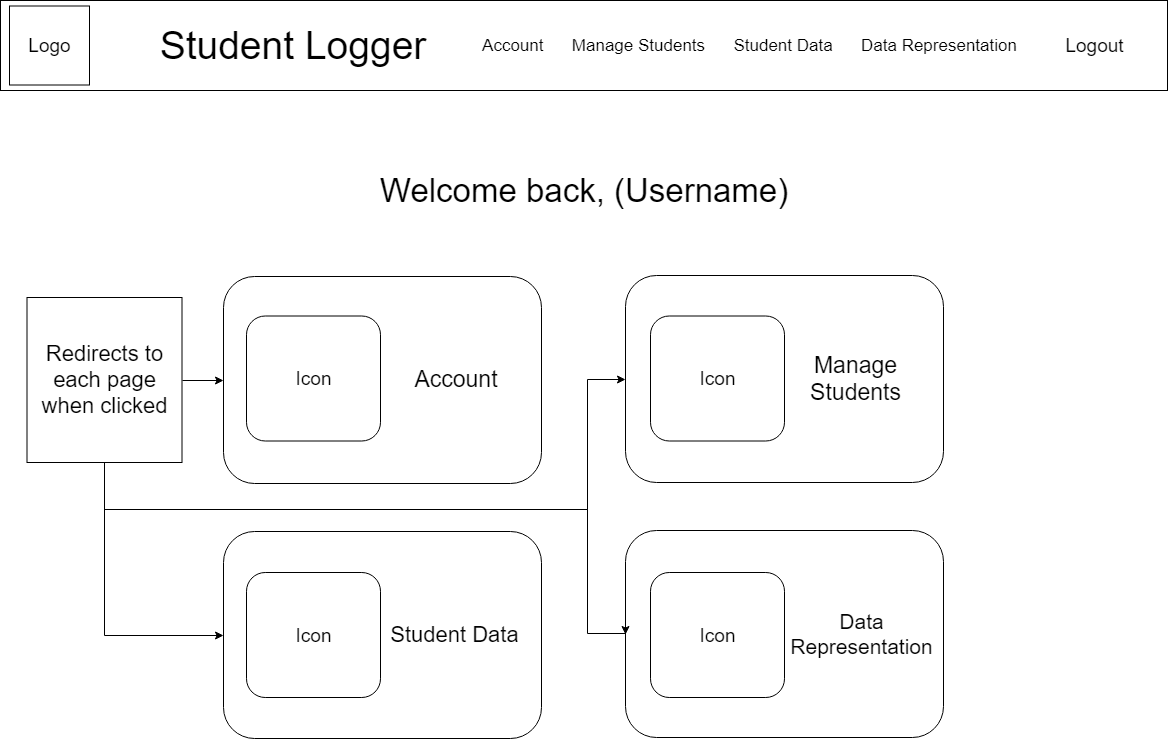
The draw.io diagram diagrams/images/Homepage.png in SheriffEllis/StudentLogger, before a commit. Source tidied: cells renumbered, new cells last; positions are measured from the earlier drawing's top-left corner, leaving out a move shared by most shapes. Source of this version:
```xml
<mxGraphModel>
  <root>
    <mxCell id="0" />
    <mxCell id="1" parent="0" />
    <mxCell id="2" style="rounded=0;whiteSpace=wrap;html=1;" parent="1" vertex="1">
      <mxGeometry width="1167" height="90" as="geometry" />
    </mxCell>
    <mxCell id="3" value="Logo" style="rounded=0;whiteSpace=wrap;html=1;fontSize=19;" parent="1" vertex="1">
      <mxGeometry x="9" y="5.5" width="80" height="79" as="geometry" />
    </mxCell>
    <mxCell id="4" value="Student Logger" style="text;html=1;strokeColor=none;fillColor=none;align=center;verticalAlign=middle;whiteSpace=wrap;rounded=0;fontSize=39;" parent="1" vertex="1">
      <mxGeometry x="136" y="18.5" width="312" height="53" as="geometry" />
    </mxCell>
    <mxCell id="5" value="Account&amp;nbsp; &amp;nbsp; &amp;nbsp; Manage Students&amp;nbsp; &amp;nbsp; &amp;nbsp; Student Data&amp;nbsp; &amp;nbsp; &amp;nbsp; Data Representation" style="text;html=1;strokeColor=none;fillColor=none;align=center;verticalAlign=middle;whiteSpace=wrap;rounded=0;fontSize=17;" parent="1" vertex="1">
      <mxGeometry x="476" y="35" width="547" height="20" as="geometry" />
    </mxCell>
    <mxCell id="6" value="Welcome back, (Username)" style="text;html=1;strokeColor=none;fillColor=none;align=center;verticalAlign=middle;whiteSpace=wrap;rounded=0;fontSize=33;" parent="1" vertex="1">
      <mxGeometry x="362" y="148" width="442" height="83" as="geometry" />
    </mxCell>
    <mxCell id="7" style="rounded=1;whiteSpace=wrap;html=1;fontSize=33;" parent="1" vertex="1">
      <mxGeometry x="223" y="276" width="318" height="207" as="geometry" />
    </mxCell>
    <mxCell id="8" value="Logout" style="text;html=1;strokeColor=none;fillColor=none;align=center;verticalAlign=middle;whiteSpace=wrap;rounded=0;fontSize=19;" parent="1" vertex="1">
      <mxGeometry x="1043" y="32" width="102" height="26" as="geometry" />
    </mxCell>
    <mxCell id="9" value="Icon" style="rounded=1;whiteSpace=wrap;html=1;fontSize=19;" parent="1" vertex="1">
      <mxGeometry x="246" y="315.5" width="134" height="125" as="geometry" />
    </mxCell>
    <mxCell id="10" value="Account" style="text;html=1;strokeColor=none;fillColor=none;align=center;verticalAlign=middle;whiteSpace=wrap;rounded=0;fontSize=23;" parent="1" vertex="1">
      <mxGeometry x="377" y="351.5" width="155" height="53" as="geometry" />
    </mxCell>
    <mxCell id="11" style="rounded=1;whiteSpace=wrap;html=1;fontSize=33;" parent="1" vertex="1">
      <mxGeometry x="625" y="275" width="318" height="207" as="geometry" />
    </mxCell>
    <mxCell id="12" value="Manage Students" style="text;html=1;strokeColor=none;fillColor=none;align=center;verticalAlign=middle;whiteSpace=wrap;rounded=0;fontSize=23;" parent="1" vertex="1">
      <mxGeometry x="778" y="351.5" width="155" height="53" as="geometry" />
    </mxCell>
    <mxCell id="13" style="rounded=1;whiteSpace=wrap;html=1;fontSize=33;" parent="1" vertex="1">
      <mxGeometry x="223" y="531" width="318" height="207" as="geometry" />
    </mxCell>
    <mxCell id="14" value="Student Data" style="text;html=1;strokeColor=none;fillColor=none;align=center;verticalAlign=middle;whiteSpace=wrap;rounded=0;fontSize=22;" parent="1" vertex="1">
      <mxGeometry x="377" y="607.5" width="155" height="53" as="geometry" />
    </mxCell>
    <mxCell id="15" style="rounded=1;whiteSpace=wrap;html=1;fontSize=33;" parent="1" vertex="1">
      <mxGeometry x="625" y="530" width="318" height="207" as="geometry" />
    </mxCell>
    <mxCell id="16" value="Data Representation" style="text;html=1;strokeColor=none;fillColor=none;align=center;verticalAlign=middle;whiteSpace=wrap;rounded=0;fontSize=21;" parent="1" vertex="1">
      <mxGeometry x="784" y="606.5" width="155" height="53" as="geometry" />
    </mxCell>
    <mxCell id="17" value="Icon" style="rounded=1;whiteSpace=wrap;html=1;fontSize=19;" parent="1" vertex="1">
      <mxGeometry x="246" y="572" width="134" height="125" as="geometry" />
    </mxCell>
    <mxCell id="18" value="Icon" style="rounded=1;whiteSpace=wrap;html=1;fontSize=19;" parent="1" vertex="1">
      <mxGeometry x="650" y="315.5" width="134" height="125" as="geometry" />
    </mxCell>
    <mxCell id="19" value="Icon" style="rounded=1;whiteSpace=wrap;html=1;fontSize=19;" parent="1" vertex="1">
      <mxGeometry x="650" y="572" width="134" height="125" as="geometry" />
    </mxCell>
    <mxCell id="20" style="edgeStyle=orthogonalEdgeStyle;rounded=0;jettySize=auto;html=1;exitX=1;exitY=0.5;exitDx=0;exitDy=0;entryX=0;entryY=0.5;entryDx=0;entryDy=0;fontSize=22;" parent="1" edge="1" source="24" target="7">
      <mxGeometry relative="1" as="geometry" />
    </mxCell>
    <mxCell id="21" style="edgeStyle=orthogonalEdgeStyle;rounded=0;jettySize=auto;html=1;exitX=0.5;exitY=1;exitDx=0;exitDy=0;entryX=0;entryY=0.5;entryDx=0;entryDy=0;fontSize=22;" parent="1" edge="1" source="24" target="13">
      <mxGeometry relative="1" as="geometry" />
    </mxCell>
    <mxCell id="22" style="edgeStyle=orthogonalEdgeStyle;rounded=0;jettySize=auto;html=1;exitX=0.5;exitY=1;exitDx=0;exitDy=0;entryX=0;entryY=0.5;entryDx=0;entryDy=0;fontSize=22;" parent="1" edge="1" source="24" target="15">
      <mxGeometry relative="1" as="geometry">
        <Array as="points">
          <mxPoint x="104" y="509" />
          <mxPoint x="587" y="509" />
          <mxPoint x="587" y="633" />
        </Array>
      </mxGeometry>
    </mxCell>
    <mxCell id="23" style="edgeStyle=orthogonalEdgeStyle;rounded=0;jettySize=auto;html=1;exitX=0.5;exitY=1;exitDx=0;exitDy=0;entryX=0;entryY=0.5;entryDx=0;entryDy=0;fontSize=22;" parent="1" edge="1" source="24" target="11">
      <mxGeometry relative="1" as="geometry">
        <Array as="points">
          <mxPoint x="104" y="509" />
          <mxPoint x="587" y="509" />
          <mxPoint x="587" y="379" />
        </Array>
      </mxGeometry>
    </mxCell>
    <mxCell id="24" value="Redirects to each page when clicked" style="rounded=0;whiteSpace=wrap;html=1;fontSize=22;" parent="1" vertex="1">
      <mxGeometry x="26.5" y="297" width="155" height="165" as="geometry" />
    </mxCell>
  </root>
</mxGraphModel>
```
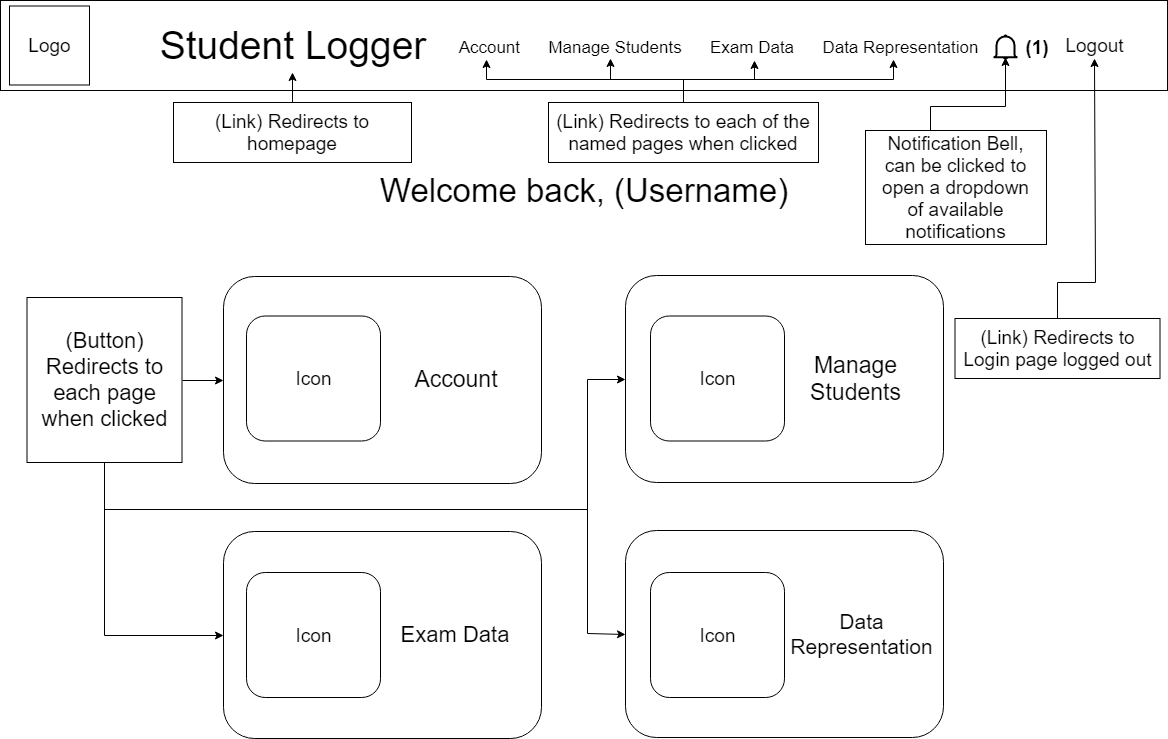
The same diagram one commit later.

The edit, as a diff of the source:
```diff
@@ -11,8 +11,8 @@
     <mxCell id="4" value="Student Logger" style="text;html=1;strokeColor=none;fillColor=none;align=center;verticalAlign=middle;whiteSpace=wrap;rounded=0;fontSize=39;" parent="1" vertex="1">
       <mxGeometry x="136" y="18.5" width="312" height="53" as="geometry" />
     </mxCell>
-    <mxCell id="5" value="Account&amp;nbsp; &amp;nbsp; &amp;nbsp; Manage Students&amp;nbsp; &amp;nbsp; &amp;nbsp; Student Data&amp;nbsp; &amp;nbsp; &amp;nbsp; Data Representation" style="text;html=1;strokeColor=none;fillColor=none;align=center;verticalAlign=middle;whiteSpace=wrap;rounded=0;fontSize=17;" parent="1" vertex="1">
-      <mxGeometry x="476" y="35" width="547" height="20" as="geometry" />
+    <mxCell id="5" value="Account&amp;nbsp; &amp;nbsp; &amp;nbsp; Manage Students&amp;nbsp; &amp;nbsp; &amp;nbsp; Exam Data&amp;nbsp; &amp;nbsp; &amp;nbsp; Data Representation" style="text;html=1;strokeColor=none;fillColor=none;align=center;verticalAlign=middle;whiteSpace=wrap;rounded=0;fontSize=17;" parent="1" vertex="1">
+      <mxGeometry x="443.5" y="36.5" width="547" height="20" as="geometry" />
     </mxCell>
     <mxCell id="6" value="Welcome back, (Username)" style="text;html=1;strokeColor=none;fillColor=none;align=center;verticalAlign=middle;whiteSpace=wrap;rounded=0;fontSize=33;" parent="1" vertex="1">
       <mxGeometry x="362" y="148" width="442" height="83" as="geometry" />
@@ -38,7 +38,7 @@
     <mxCell id="13" style="rounded=1;whiteSpace=wrap;html=1;fontSize=33;" parent="1" vertex="1">
       <mxGeometry x="223" y="531" width="318" height="207" as="geometry" />
     </mxCell>
-    <mxCell id="14" value="Student Data" style="text;html=1;strokeColor=none;fillColor=none;align=center;verticalAlign=middle;whiteSpace=wrap;rounded=0;fontSize=22;" parent="1" vertex="1">
+    <mxCell id="14" value="Exam Data" style="text;html=1;strokeColor=none;fillColor=none;align=center;verticalAlign=middle;whiteSpace=wrap;rounded=0;fontSize=22;" parent="1" vertex="1">
       <mxGeometry x="377" y="607.5" width="155" height="53" as="geometry" />
     </mxCell>
     <mxCell id="15" style="rounded=1;whiteSpace=wrap;html=1;fontSize=33;" parent="1" vertex="1">
@@ -80,8 +80,57 @@
         </Array>
       </mxGeometry>
     </mxCell>
-    <mxCell id="24" value="Redirects to each page when clicked" style="rounded=0;whiteSpace=wrap;html=1;fontSize=22;" parent="1" vertex="1">
+    <mxCell id="24" value="(Button) Redirects to each page when clicked" style="rounded=0;whiteSpace=wrap;html=1;fontSize=22;" parent="1" vertex="1">
       <mxGeometry x="26.5" y="297" width="155" height="165" as="geometry" />
     </mxCell>
+    <mxCell id="25" style="html=1;verticalLabelPosition=bottom;align=center;labelBackgroundColor=#ffffff;verticalAlign=top;strokeWidth=2;strokeColor=#000000;fillColor=#ffffff;shadow=0;dashed=0;shape=mxgraph.ios7.icons.bell;" parent="1" vertex="1">
+      <mxGeometry x="993" y="35" width="24" height="23.1" as="geometry" />
+    </mxCell>
+    <mxCell id="26" style="edgeStyle=orthogonalEdgeStyle;rounded=0;jettySize=auto;html=1;exitX=0.5;exitY=0;exitDx=0;exitDy=0;entryX=0.506;entryY=0.94;entryDx=0;entryDy=0;entryPerimeter=0;fontSize=19;" parent="1" edge="1" source="27" target="25">
+      <mxGeometry relative="1" as="geometry">
+        <Array as="points">
+          <mxPoint x="930" y="106" />
+          <mxPoint x="1005" y="106" />
+        </Array>
+      </mxGeometry>
+    </mxCell>
+    <mxCell id="27" value="Notification Bell, can be clicked to open a dropdown of available notifications" style="rounded=0;whiteSpace=wrap;html=1;strokeColor=#000000;fontSize=19;spacingTop=7;spacingLeft=5;spacingBottom=5;spacingRight=5;" parent="1" vertex="1">
+      <mxGeometry x="865" y="130" width="181" height="114" as="geometry" />
+    </mxCell>
+    <mxCell id="28" value="&lt;font style=&quot;font-size: 19px&quot;&gt;&lt;b&gt;(1)&lt;/b&gt;&lt;/font&gt;" style="text;html=1;strokeColor=none;fillColor=none;align=center;verticalAlign=middle;whiteSpace=wrap;rounded=0;" parent="1" vertex="1">
+      <mxGeometry x="1017" y="36.5" width="40" height="20" as="geometry" />
+    </mxCell>
+    <mxCell id="29" style="edgeStyle=orthogonalEdgeStyle;rounded=0;jettySize=auto;html=1;exitX=0.5;exitY=0;exitDx=0;exitDy=0;entryX=0.078;entryY=1.125;entryDx=0;entryDy=0;entryPerimeter=0;fontSize=19;" parent="1" edge="1" source="33" target="5">
+      <mxGeometry relative="1" as="geometry" />
+    </mxCell>
+    <mxCell id="30" style="edgeStyle=orthogonalEdgeStyle;rounded=0;jettySize=auto;html=1;exitX=0.5;exitY=0;exitDx=0;exitDy=0;entryX=0.304;entryY=1.068;entryDx=0;entryDy=0;entryPerimeter=0;fontSize=19;" parent="1" edge="1" source="33" target="5">
+      <mxGeometry relative="1" as="geometry" />
+    </mxCell>
+    <mxCell id="31" style="edgeStyle=orthogonalEdgeStyle;rounded=0;jettySize=auto;html=1;exitX=0.5;exitY=0;exitDx=0;exitDy=0;entryX=0.567;entryY=1.182;entryDx=0;entryDy=0;entryPerimeter=0;fontSize=19;" parent="1" edge="1" source="33" target="5">
+      <mxGeometry relative="1" as="geometry" />
+    </mxCell>
+    <mxCell id="32" style="edgeStyle=orthogonalEdgeStyle;rounded=0;jettySize=auto;html=1;exitX=0.5;exitY=0;exitDx=0;exitDy=0;entryX=0.822;entryY=1.125;entryDx=0;entryDy=0;entryPerimeter=0;fontSize=19;" parent="1" edge="1" source="33" target="5">
+      <mxGeometry relative="1" as="geometry" />
+    </mxCell>
+    <mxCell id="33" value="(Link) Redirects to each of the named pages when clicked" style="rounded=0;whiteSpace=wrap;html=1;strokeColor=#000000;fontSize=19;spacingLeft=5;spacingRight=5;spacingTop=5;spacingBottom=5;" parent="1" vertex="1">
+      <mxGeometry x="548" y="102" width="270" height="60" as="geometry" />
+    </mxCell>
+    <mxCell id="34" style="edgeStyle=orthogonalEdgeStyle;rounded=0;jettySize=auto;html=1;exitX=0.5;exitY=0;exitDx=0;exitDy=0;entryX=0.5;entryY=1;entryDx=0;entryDy=0;fontSize=19;" parent="1" edge="1" source="35" target="4">
+      <mxGeometry relative="1" as="geometry" />
+    </mxCell>
+    <mxCell id="35" value="(Link) Redirects to homepage" style="rounded=0;whiteSpace=wrap;html=1;strokeColor=#000000;fontSize=19;spacingLeft=5;spacingRight=5;spacingTop=5;spacingBottom=5;" parent="1" vertex="1">
+      <mxGeometry x="173" y="102" width="238" height="60" as="geometry" />
+    </mxCell>
+    <mxCell id="36" style="edgeStyle=orthogonalEdgeStyle;rounded=0;jettySize=auto;html=1;exitX=0.5;exitY=0;exitDx=0;exitDy=0;entryX=0.5;entryY=1;entryDx=0;entryDy=0;fontSize=19;" parent="1" edge="1" source="37" target="8">
+      <mxGeometry relative="1" as="geometry">
+        <Array as="points">
+          <mxPoint x="1057" y="282" />
+          <mxPoint x="1095" y="282" />
+        </Array>
+      </mxGeometry>
+    </mxCell>
+    <mxCell id="37" value="(Link) Redirects to Login page logged out" style="rounded=0;whiteSpace=wrap;html=1;strokeColor=#000000;fontSize=19;spacingLeft=5;spacingRight=5;spacingTop=5;spacingBottom=5;" parent="1" vertex="1">
+      <mxGeometry x="954.5" y="318" width="205" height="60" as="geometry" />
+    </mxCell>
   </root>
 </mxGraphModel>
```
